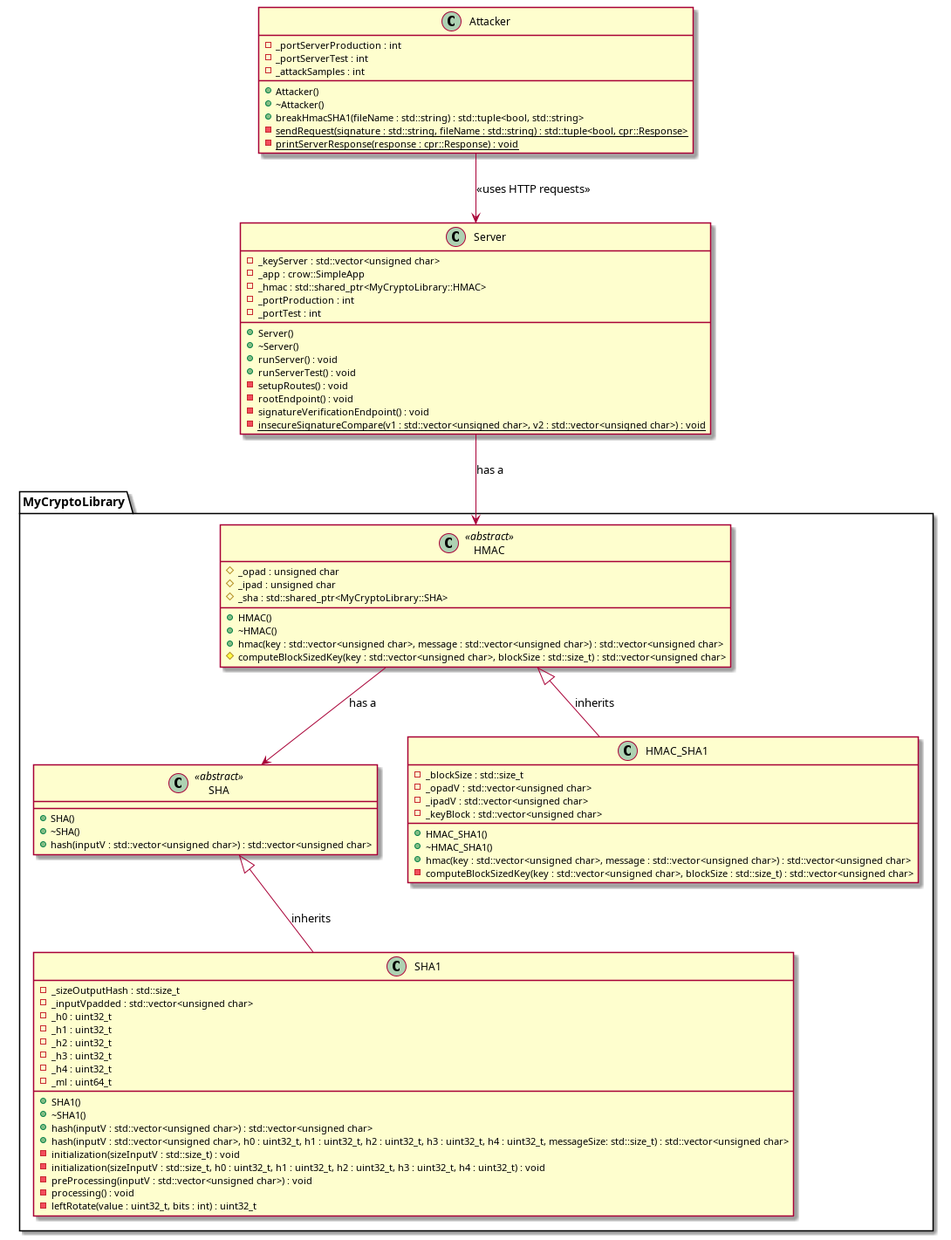
This is Cryptopals_resolutions/4-Set_4/cryptopals_set_4_problem_31_32/uml_diagrams/class_diagram.png from Photon-einstein/Cryptopals, a PlantUML export, as it was before one commit. Its source is kept beside it as Cryptopals_resolutions/4-Set_4/cryptopals_set_4_problem_31_32/uml_diagrams/class_diagram.puml.
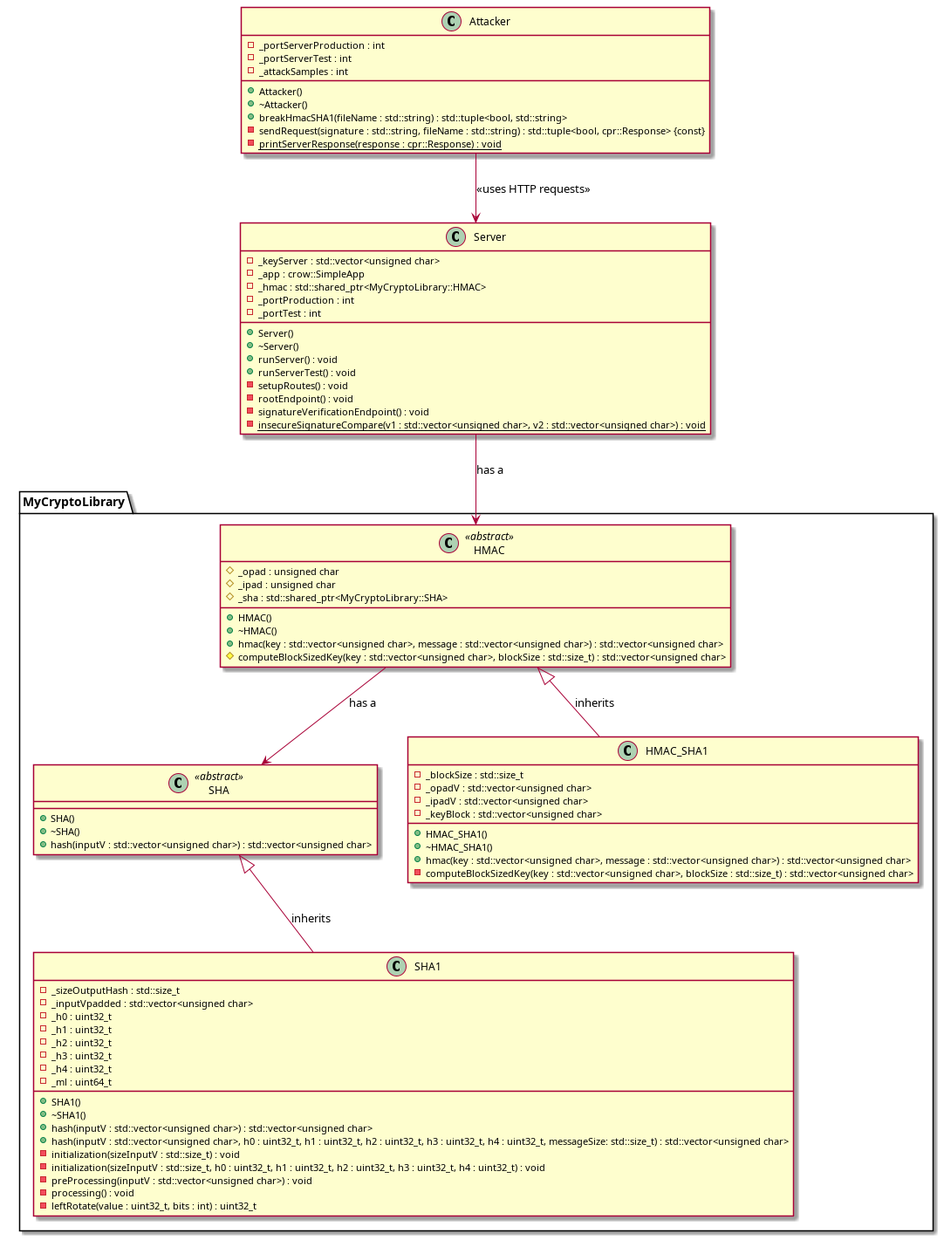
Above is the later version.

Commit message:
Update class diagram

What changed in the source:
```diff
@@ -84,7 +84,7 @@
     + Attacker()
     + ~Attacker()
     + breakHmacSHA1(fileName : std::string) : std::tuple<bool, std::string>
-    - sendRequest(signature : std::string, fileName : std::string) : std::tuple<bool, cpr::Response> {static}
+    - sendRequest(signature : std::string, fileName : std::string) : std::tuple<bool, cpr::Response> {const}
     - printServerResponse(response : cpr::Response) : void {static}
 }
 
```
